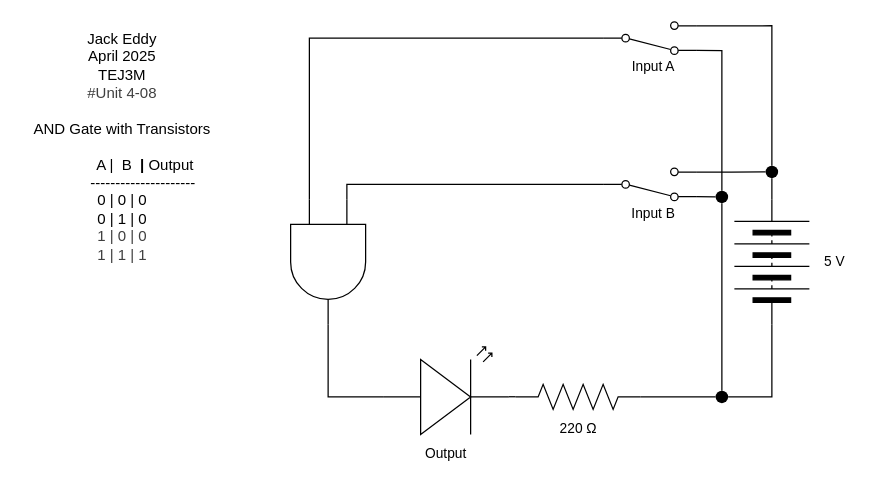
Jack-Eddy/TEJ3M-Unit4 keeps this draw.io diagram as Unit4-11.drawio. Above is the earlier version. Source tidied: cells renumbered, new cells numbered last; positions are measured from the earlier drawing's top-left corner, leaving out a move shared by most shapes. Both pictures are drawn from the tidied source at 125%, with x=0, y=0 at pixel (21, 21).
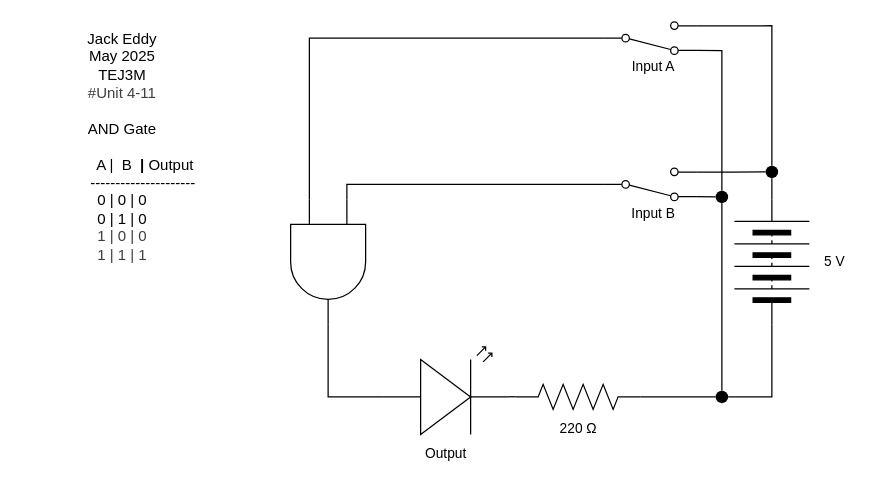
The same page after the edit.

What changed in the source:
```diff
@@
-    <mxCell id="24" value="Jack Eddy&lt;div&gt;&lt;font color=&quot;#000000&quot;&gt;April 2025&lt;br&gt;&lt;/font&gt;&lt;div&gt;&lt;span style=&quot;background-color: transparent;&quot;&gt;TEJ3M&lt;/span&gt;&lt;/div&gt;&lt;/div&gt;&lt;div&gt;&lt;div style=&quot;color: rgb(63, 63, 63);&quot;&gt;#Unit 4-08&lt;/div&gt;&lt;/div&gt;&lt;div&gt;&lt;br&gt;&lt;/div&gt;&lt;div&gt;AND Gate with Transistors&lt;/div&gt;&lt;div&gt;&lt;br&gt;&lt;/div&gt;&lt;div&gt;&amp;nbsp; &amp;nbsp; &amp;nbsp; &amp;nbsp; &amp;nbsp; &amp;nbsp;A |&amp;nbsp; B&amp;nbsp;&amp;nbsp;&lt;b&gt;|&lt;/b&gt; Output&lt;/div&gt;&lt;div&gt;&amp;nbsp; &amp;nbsp; &amp;nbsp; &amp;nbsp; &amp;nbsp; -------&lt;span style=&quot;background-color: transparent;&quot;&gt;--------------&lt;/span&gt;&lt;/div&gt;&lt;div&gt;0 | 0 | 0&lt;/div&gt;&lt;div&gt;0 | 1 | 0&lt;/div&gt;&lt;div&gt;&lt;div style=&quot;color: rgb(63, 63, 63); scrollbar-color: rgb(226, 226, 226) rgb(251, 251, 251);&quot;&gt;1 | 0 | 0&lt;/div&gt;&lt;div style=&quot;color: rgb(63, 63, 63); scrollbar-color: rgb(226, 226, 226) rgb(251, 251, 251);&quot;&gt;1 | 1 | 1&lt;/div&gt;&lt;/div&gt;" style="text;html=1;align=center;verticalAlign=middle;strokeColor=none;fillColor=none;" parent="1" vertex="1">
-      <mxGeometry width="160" height="200" as="geometry" />
+    <mxCell id="24" value="Jack Eddy&lt;div&gt;&lt;font color=&quot;#000000&quot;&gt;May 2025&lt;br&gt;&lt;/font&gt;&lt;div&gt;&lt;span style=&quot;background-color: transparent;&quot;&gt;TEJ3M&lt;/span&gt;&lt;/div&gt;&lt;/div&gt;&lt;div&gt;&lt;div style=&quot;color: rgb(63, 63, 63);&quot;&gt;#Unit 4-11&lt;/div&gt;&lt;/div&gt;&lt;div&gt;&lt;br&gt;&lt;/div&gt;&lt;div&gt;AND Gate&lt;/div&gt;&lt;div&gt;&lt;br&gt;&lt;/div&gt;&lt;div&gt;&amp;nbsp; &amp;nbsp; &amp;nbsp; &amp;nbsp; &amp;nbsp; &amp;nbsp;A |&amp;nbsp; B&amp;nbsp;&amp;nbsp;&lt;b&gt;|&lt;/b&gt; Output&lt;/div&gt;&lt;div&gt;&amp;nbsp; &amp;nbsp; &amp;nbsp; &amp;nbsp; &amp;nbsp; -------&lt;span style=&quot;background-color: transparent;&quot;&gt;--------------&lt;/span&gt;&lt;/div&gt;&lt;div&gt;0 | 0 | 0&lt;/div&gt;&lt;div&gt;0 | 1 | 0&lt;/div&gt;&lt;div&gt;&lt;div style=&quot;color: rgb(63, 63, 63); scrollbar-color: rgb(226, 226, 226) rgb(251, 251, 251);&quot;&gt;1 | 0 | 0&lt;/div&gt;&lt;div style=&quot;color: rgb(63, 63, 63); scrollbar-color: rgb(226, 226, 226) rgb(251, 251, 251);&quot;&gt;1 | 1 | 1&lt;/div&gt;&lt;/div&gt;" style="text;html=1;align=center;verticalAlign=middle;strokeColor=none;fillColor=none;" parent="1" vertex="1">
+      <mxGeometry x="10" width="140" height="200" as="geometry" />
     </mxCell>
```
